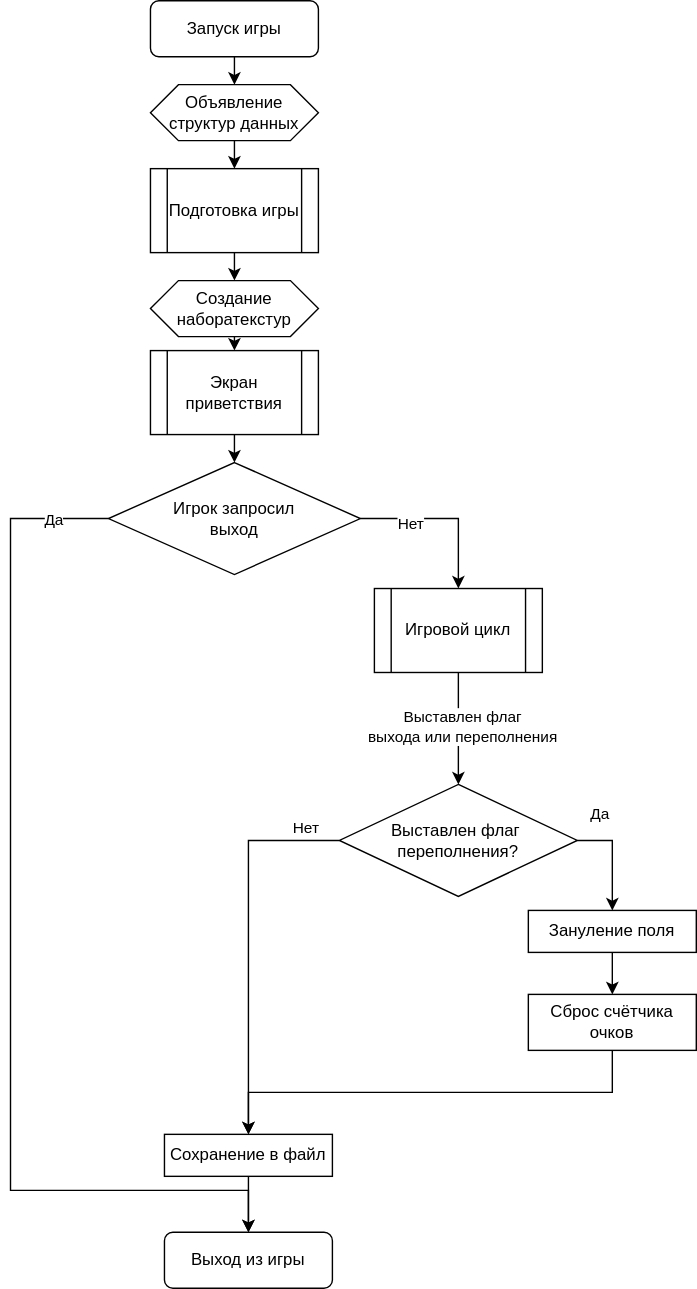
zhigunovsemyon/2048 keeps this draw.io diagram as report/Общий цикл.drawio.svg. Above is the earlier version. Source tidied: cells renumbered, new cells last; positions are measured from the earlier drawing's top-left corner, leaving out a move shared by most shapes.
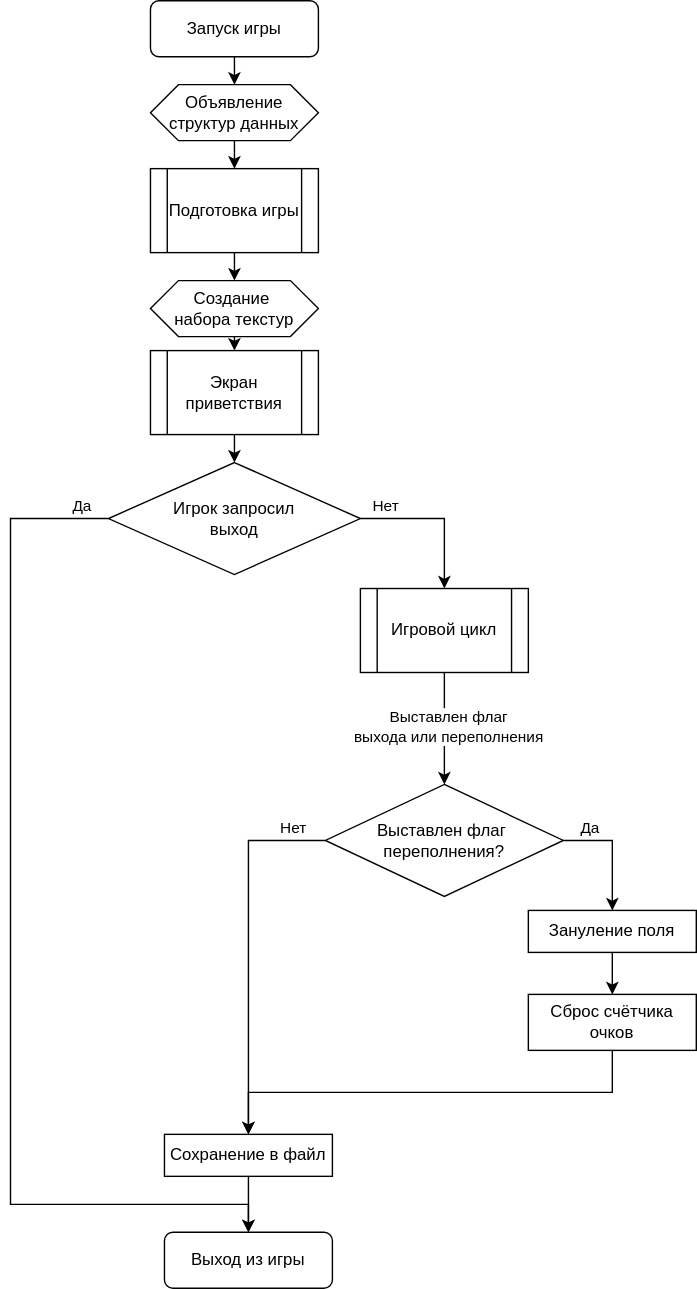
Later version of the same file.

Commit message:
Исправил некрасивую блок-схему

What changed in the source:
```diff
@@ -23,21 +23,23 @@
       <mxGeometry relative="1" as="geometry">
         <Array as="points">
           <mxPoint y="370" />
-          <mxPoint y="850" />
-          <mxPoint x="170" y="850" />
+          <mxPoint y="860" />
+          <mxPoint x="170" y="860" />
         </Array>
       </mxGeometry>
     </mxCell>
     <mxCell id="7" value="Да" style="edgeLabel;html=1;align=center;verticalAlign=middle;" parent="6" vertex="1">
       <mxGeometry x="-0.85" y="-2" relative="1" as="geometry">
-        <mxPoint x="16" y="2" as="offset" />
+        <mxPoint x="36" y="-8" as="offset" />
       </mxGeometry>
     </mxCell>
     <mxCell id="8" style="edgeStyle=orthogonalEdgeStyle;rounded=0;jettySize=auto;html=1;exitX=1;exitY=0.5;exitDx=0;exitDy=0;entryX=0.5;entryY=0;entryDx=0;entryDy=0;" parent="1" edge="1" source="10" target="28">
       <mxGeometry relative="1" as="geometry" />
     </mxCell>
     <mxCell id="9" value="Нет" style="edgeLabel;html=1;align=center;verticalAlign=middle;" parent="8" vertex="1">
-      <mxGeometry x="-0.42" y="-3" relative="1" as="geometry" />
+      <mxGeometry x="-0.42" y="-3" relative="1" as="geometry">
+        <mxPoint x="-15" y="-13" as="offset" />
+      </mxGeometry>
     </mxCell>
     <mxCell id="10" value="&lt;div&gt;Игрок запросил&lt;/div&gt;&lt;div&gt;выход&lt;br&gt;&lt;/div&gt;" style="rhombus;whiteSpace=wrap;html=1;" parent="1" vertex="1">
       <mxGeometry x="70" y="330" width="180" height="80" as="geometry" />
@@ -80,7 +82,7 @@
     </mxCell>
     <mxCell id="21" value="Да" style="edgeLabel;html=1;align=center;verticalAlign=middle;" parent="20" vertex="1">
       <mxGeometry x="-0.33" relative="1" as="geometry">
-        <mxPoint x="-10" y="-20" as="offset" />
+        <mxPoint x="-10" y="-10" as="offset" />
       </mxGeometry>
     </mxCell>
     <mxCell id="22" style="edgeStyle=orthogonalEdgeStyle;rounded=0;jettySize=auto;html=1;entryX=0.5;entryY=0;entryDx=0;entryDy=0;exitX=0;exitY=0.5;exitDx=0;exitDy=0;" parent="1" edge="1" source="24" target="18">
@@ -96,7 +98,7 @@
       </mxGeometry>
     </mxCell>
     <mxCell id="24" value="&lt;div&gt;Выставлен флаг&amp;nbsp;&lt;/div&gt;&lt;div&gt;переполнения?&lt;/div&gt;" style="rhombus;whiteSpace=wrap;html=1;" parent="1" vertex="1">
-      <mxGeometry x="235" y="560" width="170" height="80" as="geometry" />
+      <mxGeometry x="225" y="560" width="170" height="80" as="geometry" />
     </mxCell>
     <mxCell id="25" value="Экран приветствия" style="shape=process;whiteSpace=wrap;html=1;backgroundOutline=1;" parent="1" vertex="1">
       <mxGeometry x="100" y="250" width="120" height="60" as="geometry" />
@@ -108,7 +110,7 @@
       <mxGeometry x="-0.05" y="2" relative="1" as="geometry" />
     </mxCell>
     <mxCell id="28" value="Игровой цикл" style="shape=process;whiteSpace=wrap;html=1;backgroundOutline=1;" parent="1" vertex="1">
-      <mxGeometry x="260" y="420" width="120" height="60" as="geometry" />
+      <mxGeometry x="250" y="420" width="120" height="60" as="geometry" />
     </mxCell>
     <mxCell id="29" style="edgeStyle=orthogonalEdgeStyle;rounded=0;jettySize=auto;html=1;exitX=0.5;exitY=1;exitDx=0;exitDy=0;entryX=0.5;entryY=0;entryDx=0;entryDy=0;" parent="1" edge="1" source="30" target="32">
       <mxGeometry relative="1" as="geometry" />
@@ -119,7 +121,7 @@
     <mxCell id="31" style="edgeStyle=orthogonalEdgeStyle;rounded=0;jettySize=auto;html=1;exitX=0.5;exitY=1;exitDx=0;exitDy=0;entryX=0.5;entryY=0;entryDx=0;entryDy=0;" parent="1" edge="1" source="32" target="25">
       <mxGeometry relative="1" as="geometry" />
     </mxCell>
-    <mxCell id="32" value="Создание наборатекстур" style="shape=hexagon;perimeter=hexagonPerimeter2;whiteSpace=wrap;html=1;fixedSize=1;" parent="1" vertex="1">
+    <mxCell id="32" value="&lt;div&gt;Создание&amp;nbsp;&lt;/div&gt;&lt;div&gt;набора текстур&lt;/div&gt;" style="shape=hexagon;perimeter=hexagonPerimeter2;whiteSpace=wrap;html=1;fixedSize=1;" parent="1" vertex="1">
       <mxGeometry x="100" y="200" width="120" height="40" as="geometry" />
     </mxCell>
   </root>
```
